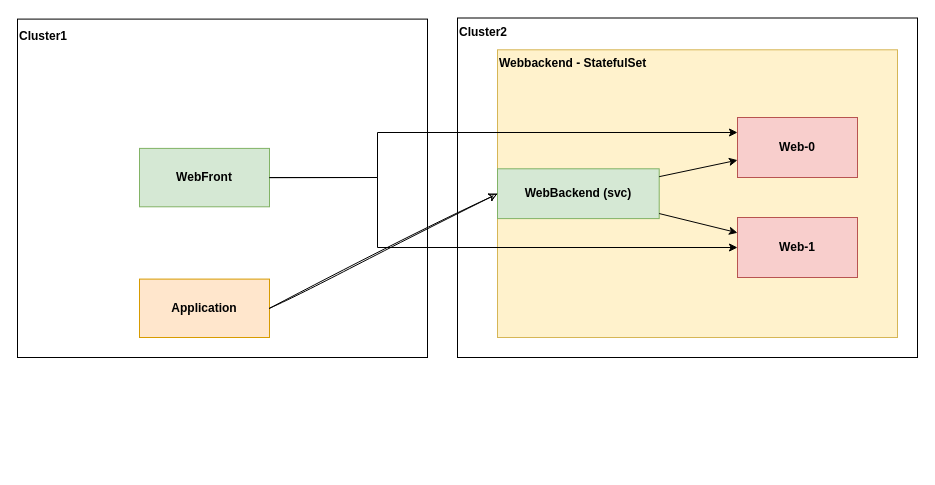
Above: docs/overview.drawio in jlyshoel/statefulset-gloomesh-poc (draw.io), before the change. Source tidied: cells renumbered, new cells numbered last; positions are measured from the earlier drawing's top-left corner, leaving out a move shared by most shapes. Both pictures are drawn from the tidied source at 100%, with x=0, y=0 at pixel (17, 17).
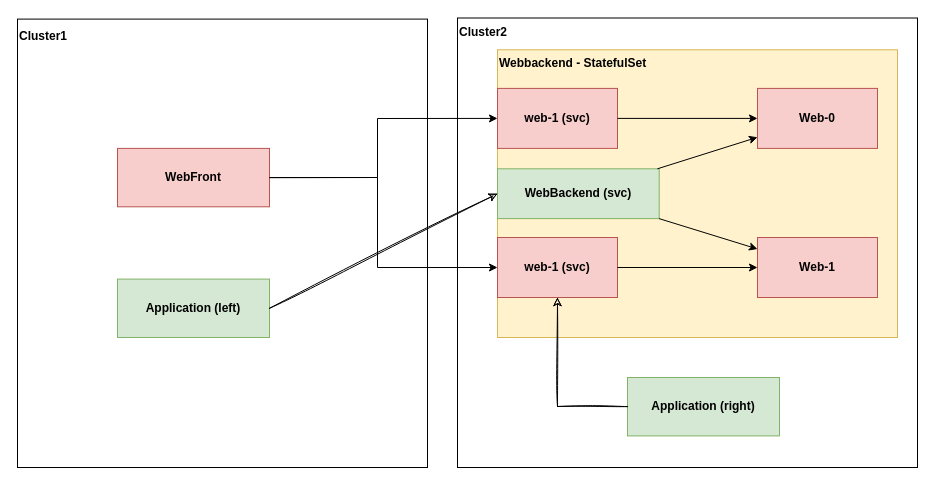
The same page after the edit.

Change to the diagram source:
```diff
@@
     <mxCell id="2" style="rounded=0;whiteSpace=wrap;html=1;labelBackgroundColor=none;fontSize=12;fontColor=#000000;" parent="1" vertex="1">
-      <mxGeometry y="1.6" width="410" height="338.4" as="geometry" />
+      <mxGeometry y="1.6" width="410" height="448.4" as="geometry" />
     </mxCell>
     <mxCell id="3" style="rounded=0;whiteSpace=wrap;html=1;labelBackgroundColor=none;fontSize=12;fontColor=#000000;" parent="1" vertex="1">
-      <mxGeometry x="440" y="0.5" width="460" height="339.5" as="geometry" />
+      <mxGeometry x="440" y="0.5" width="460" height="449.5" as="geometry" />
     </mxCell>
@@
-    <mxCell id="5" value="WebFront" style="rounded=0;whiteSpace=wrap;html=1;labelBackgroundColor=none;fillColor=#d5e8d4;strokeColor=#82b366;fontStyle=1;" parent="1" vertex="1">
-      <mxGeometry x="122" y="130.9" width="130" height="58.4" as="geometry" />
+    <mxCell id="5" value="WebFront" style="rounded=0;whiteSpace=wrap;html=1;labelBackgroundColor=none;fillColor=#f8cecc;strokeColor=#b85450;fontStyle=1;" parent="1" vertex="1">
+      <mxGeometry x="100" y="130.9" width="152" height="58.4" as="geometry" />
     </mxCell>
@@
     <mxCell id="9" value="Web-0" style="rounded=0;whiteSpace=wrap;html=1;labelBackgroundColor=none;fillColor=#f8cecc;strokeColor=#b85450;fontStyle=1;" parent="1" vertex="1">
-      <mxGeometry x="720" y="100" width="120" height="60" as="geometry" />
+      <mxGeometry x="740" y="70.9" width="120" height="60" as="geometry" />
     </mxCell>
     <mxCell id="10" value="Web-1" style="rounded=0;whiteSpace=wrap;html=1;labelBackgroundColor=none;fillColor=#f8cecc;strokeColor=#b85450;fontStyle=1;" parent="1" vertex="1">
-      <mxGeometry x="720" y="200" width="120" height="60" as="geometry" />
+      <mxGeometry x="740" y="220" width="120" height="60" as="geometry" />
     </mxCell>
@@
-    <mxCell id="12" style="endArrow=classic;html=1;rounded=0;exitX=1;exitY=0.5;exitDx=0;exitDy=0;entryX=0;entryY=0.25;entryDx=0;entryDy=0;" parent="1" edge="1" source="5" target="9">
+    <mxCell id="12" style="endArrow=classic;html=1;rounded=0;exitX=1;exitY=0.5;exitDx=0;exitDy=0;entryX=0;entryY=0.5;entryDx=0;entryDy=0;" parent="1" edge="1" source="5" target="19">
       <mxGeometry relative="1" as="geometry">
         <Array as="points">
           <mxPoint x="360" y="160" />
-          <mxPoint x="360" y="115" />
+          <mxPoint x="360" y="101" />
         </Array>
       </mxGeometry>
     </mxCell>
-    <mxCell id="13" style="endArrow=classic;html=1;rounded=0;exitX=1;exitY=0.5;exitDx=0;exitDy=0;" parent="1" edge="1" source="5" target="10">
+    <mxCell id="13" style="endArrow=classic;html=1;rounded=0;exitX=1;exitY=0.5;exitDx=0;exitDy=0;entryX=0;entryY=0.5;entryDx=0;entryDy=0;" parent="1" edge="1" source="5" target="18">
       <mxGeometry relative="1" as="geometry">
         <Array as="points">
           <mxPoint x="360" y="160" />
-          <mxPoint x="360" y="230" />
+          <mxPoint x="360" y="250" />
         </Array>
       </mxGeometry>
     </mxCell>
-    <mxCell id="14" value="Application" style="rounded=0;whiteSpace=wrap;html=1;labelBackgroundColor=none;fillColor=#ffe6cc;strokeColor=#d79b00;fontStyle=1;" parent="1" vertex="1">
-      <mxGeometry x="122" y="261.6" width="130" height="58.4" as="geometry" />
+    <mxCell id="14" value="Application (left)" style="rounded=0;whiteSpace=wrap;html=1;labelBackgroundColor=none;fillColor=#d5e8d4;strokeColor=#82b366;fontStyle=1;" parent="1" vertex="1">
+      <mxGeometry x="100" y="261.6" width="152" height="58.4" as="geometry" />
     </mxCell>
@@
+    <mxCell id="18" value="web-1 (svc)" style="rounded=0;whiteSpace=wrap;html=1;labelBackgroundColor=none;fillColor=#f8cecc;strokeColor=#b85450;fontStyle=1;" parent="1" vertex="1">
+      <mxGeometry x="480" y="220" width="120" height="60" as="geometry" />
+    </mxCell>
+    <mxCell id="19" value="web-1 (svc)" style="rounded=0;whiteSpace=wrap;html=1;labelBackgroundColor=none;fillColor=#f8cecc;strokeColor=#b85450;fontStyle=1;" parent="1" vertex="1">
+      <mxGeometry x="480" y="70.9" width="120" height="60" as="geometry" />
+    </mxCell>
+    <mxCell id="20" style="endArrow=classic;html=1;rounded=0;" parent="1" edge="1" source="19" target="9">
+      <mxGeometry relative="1" as="geometry" />
+    </mxCell>
+    <mxCell id="21" style="endArrow=classic;html=1;rounded=0;" parent="1" edge="1" source="18" target="10">
+      <mxGeometry relative="1" as="geometry" />
+    </mxCell>
+    <mxCell id="22" value="Application (right)" style="rounded=0;whiteSpace=wrap;html=1;labelBackgroundColor=none;fillColor=#d5e8d4;strokeColor=#82b366;fontStyle=1;" parent="1" vertex="1">
+      <mxGeometry x="610" y="360" width="152" height="58.4" as="geometry" />
+    </mxCell>
+    <mxCell id="23" style="endArrow=classic;html=1;rounded=0;sketch=1;" parent="1" edge="1" source="22" target="18">
+      <mxGeometry relative="1" as="geometry">
+        <Array as="points">
+          <mxPoint x="540" y="389" />
+        </Array>
+      </mxGeometry>
+    </mxCell>
```
